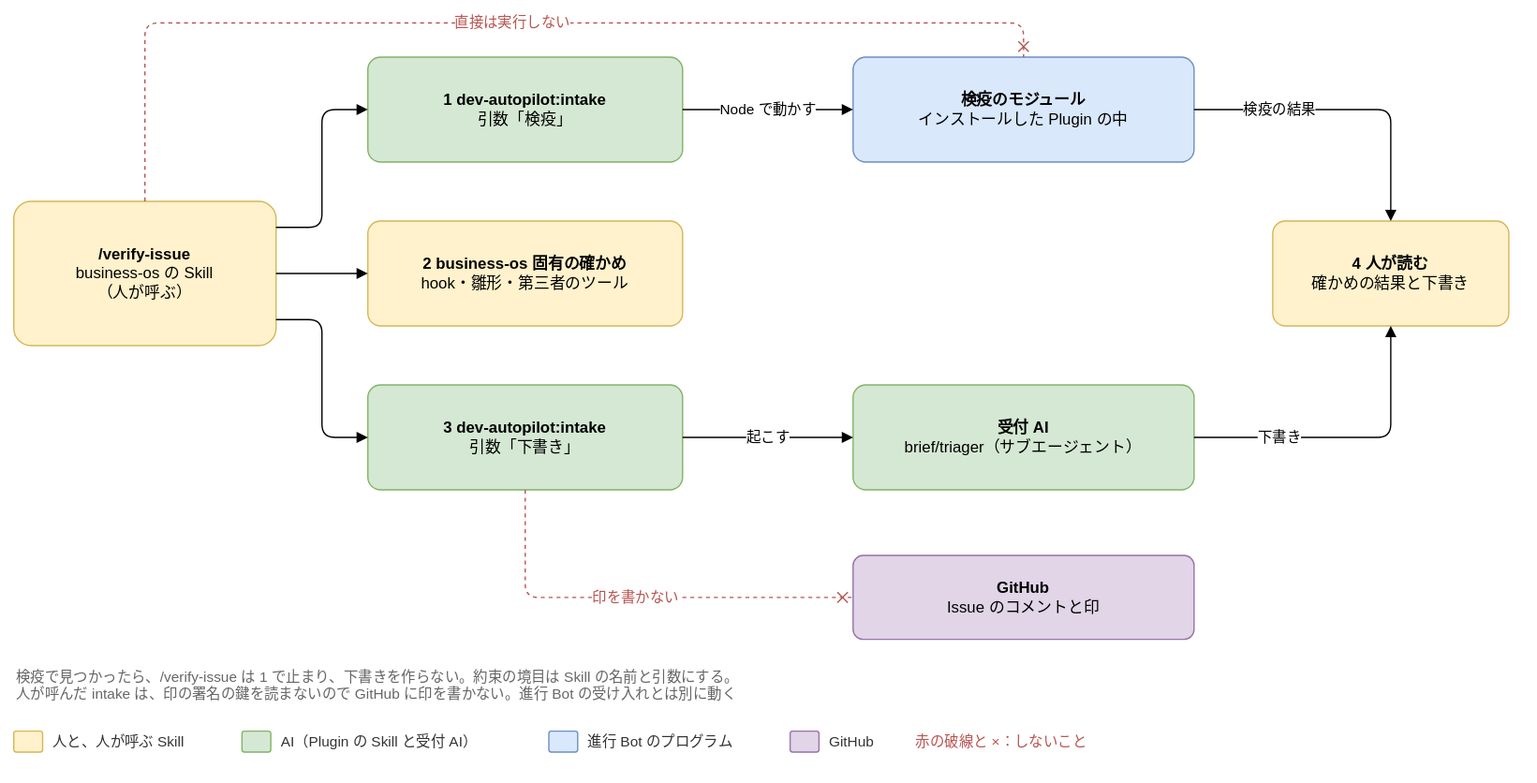
Joymerrevent/dev-autopilot keeps this draw.io diagram as docs/design/basic/diagrams/03-human-intake.drawio.svg. Above is the earlier version. Source tidied: cells renumbered, new cells last; positions are measured from the earlier drawing's top-left corner, leaving out a move shared by most shapes. Source of this version:
```xml
<mxGraphModel background="#ffffff">
  <root>
    <mxCell id="0" />
    <mxCell id="1" parent="0" />
    <mxCell id="2" value="&lt;b&gt;/verify-issue&lt;/b&gt;&lt;br&gt;business-os の Skill&lt;br&gt;（人が呼ぶ）" style="rounded=1;whiteSpace=wrap;html=1;fontSize=12;arcSize=12;spacing=12;fillColor=#fff2cc;strokeColor=#d6b656;" parent="1" vertex="1">
      <mxGeometry y="136" width="200" height="110" as="geometry" />
    </mxCell>
    <mxCell id="3" value="&lt;b&gt;1 dev-autopilot:intake&lt;/b&gt;&lt;br&gt;引数「検疫」" style="rounded=1;whiteSpace=wrap;html=1;fontSize=12;arcSize=12;spacing=12;fillColor=#d5e8d4;strokeColor=#82b366;" parent="1" vertex="1">
      <mxGeometry x="270" y="26" width="240" height="80" as="geometry" />
    </mxCell>
    <mxCell id="4" value="&lt;b&gt;2 business-os 固有の確かめ&lt;/b&gt;&lt;br&gt;hook・雛形・第三者のツール" style="rounded=1;whiteSpace=wrap;html=1;fontSize=12;arcSize=12;spacing=12;fillColor=#fff2cc;strokeColor=#d6b656;" parent="1" vertex="1">
      <mxGeometry x="270" y="151" width="240" height="80" as="geometry" />
    </mxCell>
    <mxCell id="5" value="&lt;b&gt;3 dev-autopilot:intake&lt;/b&gt;&lt;br&gt;引数「下書き」" style="rounded=1;whiteSpace=wrap;html=1;fontSize=12;arcSize=12;spacing=12;fillColor=#d5e8d4;strokeColor=#82b366;" parent="1" vertex="1">
      <mxGeometry x="270" y="276" width="240" height="80" as="geometry" />
    </mxCell>
    <mxCell id="6" value="&lt;b&gt;検疫のモジュール&lt;/b&gt;&lt;br&gt;インストールした Plugin の中" style="rounded=1;whiteSpace=wrap;html=1;fontSize=12;arcSize=12;spacing=12;fillColor=#dae8fc;strokeColor=#6c8ebf;" parent="1" vertex="1">
      <mxGeometry x="640" y="26" width="260" height="80" as="geometry" />
    </mxCell>
    <mxCell id="7" value="&lt;b&gt;受付 AI&lt;/b&gt;&lt;br&gt;brief/triager（サブエージェント）" style="rounded=1;whiteSpace=wrap;html=1;fontSize=12;arcSize=12;spacing=12;fillColor=#d5e8d4;strokeColor=#82b366;" parent="1" vertex="1">
      <mxGeometry x="640" y="276" width="260" height="80" as="geometry" />
    </mxCell>
    <mxCell id="8" value="&lt;b&gt;4 人が読む&lt;/b&gt;&lt;br&gt;確かめの結果と下書き" style="rounded=1;whiteSpace=wrap;html=1;fontSize=12;arcSize=12;spacing=12;fillColor=#fff2cc;strokeColor=#d6b656;" parent="1" vertex="1">
      <mxGeometry x="960" y="151" width="180" height="80" as="geometry" />
    </mxCell>
    <mxCell id="9" value="&lt;b&gt;GitHub&lt;/b&gt;&lt;br&gt;Issue のコメントと印" style="rounded=1;whiteSpace=wrap;html=1;fontSize=12;arcSize=12;spacing=12;fillColor=#e1d5e7;strokeColor=#9673a6;" parent="1" vertex="1">
      <mxGeometry x="640" y="406" width="260" height="64" as="geometry" />
    </mxCell>
    <mxCell id="10" style="edgeStyle=orthogonalEdgeStyle;rounded=1;html=1;endArrow=block;endFill=1;fontSize=11;labelBackgroundColor=#ffffff;exitX=1;exitY=0.18;exitDx=0;exitDy=0;entryX=0;entryY=0.5;entryDx=0;entryDy=0;" parent="1" edge="1" source="2" target="3">
      <mxGeometry relative="1" as="geometry" />
    </mxCell>
    <mxCell id="11" style="edgeStyle=orthogonalEdgeStyle;rounded=1;html=1;endArrow=block;endFill=1;fontSize=11;labelBackgroundColor=#ffffff;exitX=1;exitY=0.5;exitDx=0;exitDy=0;entryX=0;entryY=0.5;entryDx=0;entryDy=0;" parent="1" edge="1" source="2" target="4">
      <mxGeometry relative="1" as="geometry" />
    </mxCell>
    <mxCell id="12" style="edgeStyle=orthogonalEdgeStyle;rounded=1;html=1;endArrow=block;endFill=1;fontSize=11;labelBackgroundColor=#ffffff;exitX=1;exitY=0.82;exitDx=0;exitDy=0;entryX=0;entryY=0.5;entryDx=0;entryDy=0;" parent="1" edge="1" source="2" target="5">
      <mxGeometry relative="1" as="geometry" />
    </mxCell>
    <mxCell id="13" value="Node で動かす" style="edgeStyle=orthogonalEdgeStyle;rounded=1;html=1;endArrow=block;endFill=1;fontSize=11;labelBackgroundColor=#ffffff;exitX=1;exitY=0.5;exitDx=0;exitDy=0;entryX=0;entryY=0.5;entryDx=0;entryDy=0;" parent="1" edge="1" source="3" target="6">
      <mxGeometry relative="1" as="geometry" />
    </mxCell>
    <mxCell id="14" value="起こす" style="edgeStyle=orthogonalEdgeStyle;rounded=1;html=1;endArrow=block;endFill=1;fontSize=11;labelBackgroundColor=#ffffff;exitX=1;exitY=0.5;exitDx=0;exitDy=0;entryX=0;entryY=0.5;entryDx=0;entryDy=0;" parent="1" edge="1" source="5" target="7">
      <mxGeometry relative="1" as="geometry" />
    </mxCell>
    <mxCell id="15" value="検疫の結果" style="edgeStyle=orthogonalEdgeStyle;rounded=1;html=1;endArrow=block;endFill=1;fontSize=11;labelBackgroundColor=#ffffff;exitX=1;exitY=0.5;exitDx=0;exitDy=0;entryX=0.5;entryY=0;entryDx=0;entryDy=0;" parent="1" edge="1" source="6" target="8">
      <mxGeometry x="-0.45" relative="1" as="geometry" />
    </mxCell>
    <mxCell id="16" value="下書き" style="edgeStyle=orthogonalEdgeStyle;rounded=1;html=1;endArrow=block;endFill=1;fontSize=11;labelBackgroundColor=#ffffff;exitX=1;exitY=0.5;exitDx=0;exitDy=0;entryX=0.5;entryY=1;entryDx=0;entryDy=0;" parent="1" edge="1" source="7" target="8">
      <mxGeometry x="-0.45" relative="1" as="geometry" />
    </mxCell>
    <mxCell id="17" value="直接は実行しない" style="edgeStyle=orthogonalEdgeStyle;rounded=1;html=1;endArrow=block;endFill=1;fontSize=11;labelBackgroundColor=#ffffff;dashed=1;strokeColor=#b85450;fontColor=#b85450;endArrow=cross;endFill=0;exitX=0.5;exitY=0;exitDx=0;exitDy=0;entryX=0.5;entryY=0;entryDx=0;entryDy=0;" parent="1" edge="1" source="2" target="6">
      <mxGeometry relative="1" as="geometry">
        <Array as="points">
          <mxPoint x="100" />
          <mxPoint x="770" />
        </Array>
      </mxGeometry>
    </mxCell>
    <mxCell id="18" value="印を書かない" style="edgeStyle=orthogonalEdgeStyle;rounded=1;html=1;endArrow=block;endFill=1;fontSize=11;labelBackgroundColor=#ffffff;dashed=1;strokeColor=#b85450;fontColor=#b85450;endArrow=cross;endFill=0;exitX=0.5;exitY=1;exitDx=0;exitDy=0;entryX=0;entryY=0.5;entryDx=0;entryDy=0;" parent="1" edge="1" source="5" target="9">
      <mxGeometry relative="1" as="geometry">
        <Array as="points">
          <mxPoint x="390" y="438" />
        </Array>
      </mxGeometry>
    </mxCell>
    <mxCell id="19" value="検疫で見つかったら、/verify-issue は 1 で止まり、下書きを作らない。約束の境目は Skill の名前と引数にする。&lt;br&gt;人が呼んだ intake は、印の署名の鍵を読まないので GitHub に印を書かない。進行 Bot の受け入れとは別に動く" style="text;html=1;whiteSpace=wrap;align=left;verticalAlign=top;fontSize=11;fontColor=#666666;" parent="1" vertex="1">
      <mxGeometry y="486" width="1140" height="36" as="geometry" />
    </mxCell>
    <mxCell id="20" style="rounded=1;whiteSpace=wrap;html=1;fontSize=12;arcSize=12;spacing=12;fillColor=#fff2cc;strokeColor=#d6b656;" parent="1" vertex="1">
      <mxGeometry y="540" width="22" height="16" as="geometry" />
    </mxCell>
    <mxCell id="21" value="人と、人が呼ぶ Skill" style="text;html=1;align=left;verticalAlign=middle;fontSize=11;fontColor=#333333;" parent="1" vertex="1">
      <mxGeometry x="28" y="538" width="130" height="20" as="geometry" />
    </mxCell>
    <mxCell id="22" style="rounded=1;whiteSpace=wrap;html=1;fontSize=12;arcSize=12;spacing=12;fillColor=#d5e8d4;strokeColor=#82b366;" parent="1" vertex="1">
      <mxGeometry x="174" y="540" width="22" height="16" as="geometry" />
    </mxCell>
    <mxCell id="23" value="AI（Plugin の Skill と受付 AI）" style="text;html=1;align=left;verticalAlign=middle;fontSize=11;fontColor=#333333;" parent="1" vertex="1">
      <mxGeometry x="202" y="538" width="190" height="20" as="geometry" />
    </mxCell>
    <mxCell id="24" style="rounded=1;whiteSpace=wrap;html=1;fontSize=12;arcSize=12;spacing=12;fillColor=#dae8fc;strokeColor=#6c8ebf;" parent="1" vertex="1">
      <mxGeometry x="408" y="540" width="22" height="16" as="geometry" />
    </mxCell>
    <mxCell id="25" value="進行 Bot のプログラム" style="text;html=1;align=left;verticalAlign=middle;fontSize=11;fontColor=#333333;" parent="1" vertex="1">
      <mxGeometry x="436" y="538" width="140" height="20" as="geometry" />
    </mxCell>
    <mxCell id="26" style="rounded=1;whiteSpace=wrap;html=1;fontSize=12;arcSize=12;spacing=12;fillColor=#e1d5e7;strokeColor=#9673a6;" parent="1" vertex="1">
      <mxGeometry x="592" y="540" width="22" height="16" as="geometry" />
    </mxCell>
    <mxCell id="27" value="GitHub" style="text;html=1;align=left;verticalAlign=middle;fontSize=11;fontColor=#333333;" parent="1" vertex="1">
      <mxGeometry x="620" y="538" width="50" height="20" as="geometry" />
    </mxCell>
    <mxCell id="28" value="赤の破線と ×：しないこと" style="text;html=1;align=left;verticalAlign=middle;fontSize=11;fontColor=#333333;fontColor=#b85450;" parent="1" vertex="1">
      <mxGeometry x="686" y="538" width="200" height="20" as="geometry" />
    </mxCell>
  </root>
</mxGraphModel>
```
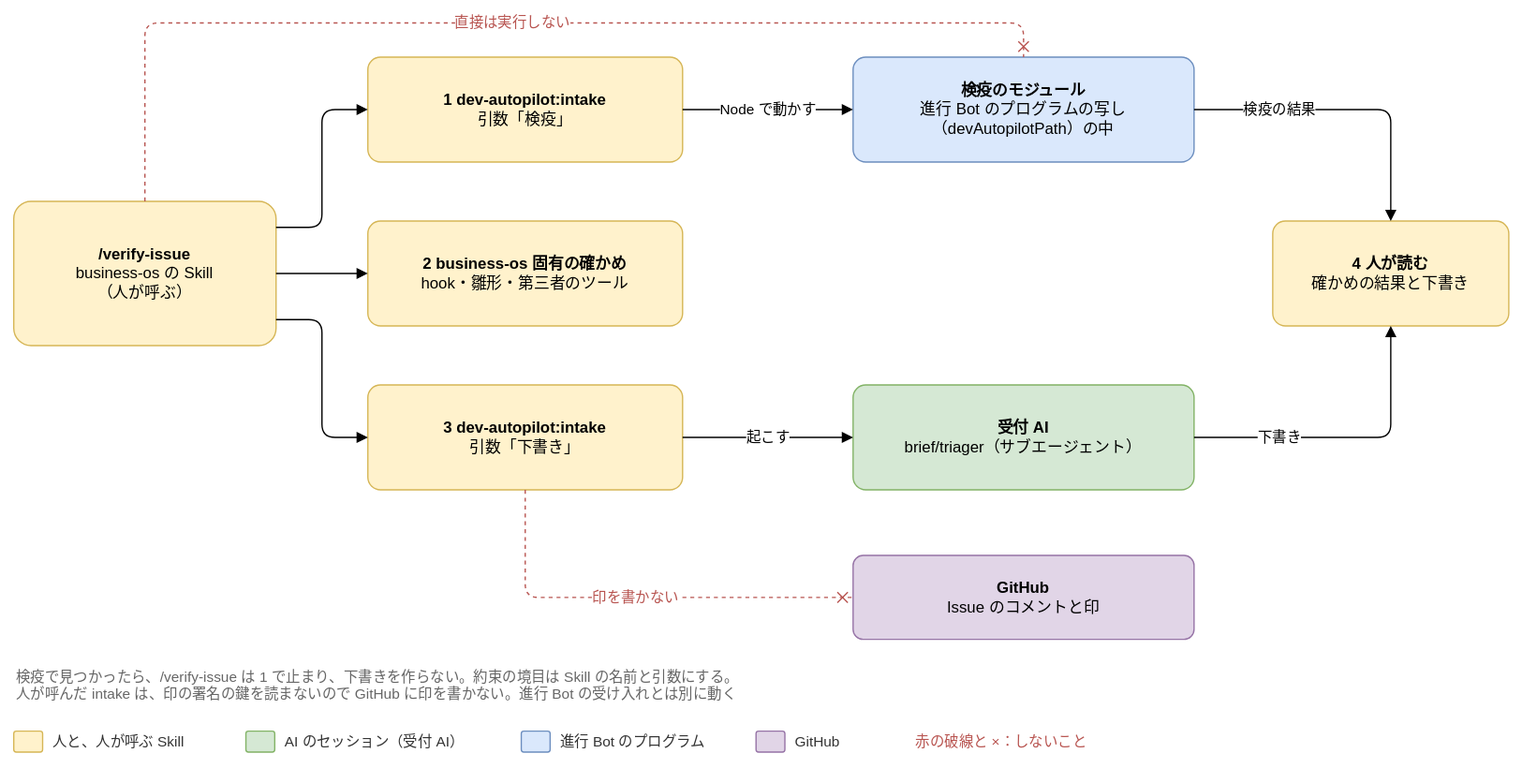
After the commit.

The edit, as a diff of the source:
```diff
@@ -5,16 +5,16 @@
     <mxCell id="2" value="&lt;b&gt;/verify-issue&lt;/b&gt;&lt;br&gt;business-os の Skill&lt;br&gt;（人が呼ぶ）" style="rounded=1;whiteSpace=wrap;html=1;fontSize=12;arcSize=12;spacing=12;fillColor=#fff2cc;strokeColor=#d6b656;" parent="1" vertex="1">
       <mxGeometry y="136" width="200" height="110" as="geometry" />
     </mxCell>
-    <mxCell id="3" value="&lt;b&gt;1 dev-autopilot:intake&lt;/b&gt;&lt;br&gt;引数「検疫」" style="rounded=1;whiteSpace=wrap;html=1;fontSize=12;arcSize=12;spacing=12;fillColor=#d5e8d4;strokeColor=#82b366;" parent="1" vertex="1">
+    <mxCell id="3" value="&lt;b&gt;1 dev-autopilot:intake&lt;/b&gt;&lt;br&gt;引数「検疫」" style="rounded=1;whiteSpace=wrap;html=1;fontSize=12;arcSize=12;spacing=12;fillColor=#fff2cc;strokeColor=#d6b656;" parent="1" vertex="1">
       <mxGeometry x="270" y="26" width="240" height="80" as="geometry" />
     </mxCell>
     <mxCell id="4" value="&lt;b&gt;2 business-os 固有の確かめ&lt;/b&gt;&lt;br&gt;hook・雛形・第三者のツール" style="rounded=1;whiteSpace=wrap;html=1;fontSize=12;arcSize=12;spacing=12;fillColor=#fff2cc;strokeColor=#d6b656;" parent="1" vertex="1">
       <mxGeometry x="270" y="151" width="240" height="80" as="geometry" />
     </mxCell>
-    <mxCell id="5" value="&lt;b&gt;3 dev-autopilot:intake&lt;/b&gt;&lt;br&gt;引数「下書き」" style="rounded=1;whiteSpace=wrap;html=1;fontSize=12;arcSize=12;spacing=12;fillColor=#d5e8d4;strokeColor=#82b366;" parent="1" vertex="1">
+    <mxCell id="5" value="&lt;b&gt;3 dev-autopilot:intake&lt;/b&gt;&lt;br&gt;引数「下書き」" style="rounded=1;whiteSpace=wrap;html=1;fontSize=12;arcSize=12;spacing=12;fillColor=#fff2cc;strokeColor=#d6b656;" parent="1" vertex="1">
       <mxGeometry x="270" y="276" width="240" height="80" as="geometry" />
     </mxCell>
-    <mxCell id="6" value="&lt;b&gt;検疫のモジュール&lt;/b&gt;&lt;br&gt;インストールした Plugin の中" style="rounded=1;whiteSpace=wrap;html=1;fontSize=12;arcSize=12;spacing=12;fillColor=#dae8fc;strokeColor=#6c8ebf;" parent="1" vertex="1">
+    <mxCell id="6" value="&lt;b&gt;検疫のモジュール&lt;/b&gt;&lt;br&gt;進行 Bot のプログラムの写し&lt;br&gt;（devAutopilotPath）の中" style="rounded=1;whiteSpace=wrap;html=1;fontSize=12;arcSize=12;spacing=12;fillColor=#dae8fc;strokeColor=#6c8ebf;" parent="1" vertex="1">
       <mxGeometry x="640" y="26" width="260" height="80" as="geometry" />
     </mxCell>
     <mxCell id="7" value="&lt;b&gt;受付 AI&lt;/b&gt;&lt;br&gt;brief/triager（サブエージェント）" style="rounded=1;whiteSpace=wrap;html=1;fontSize=12;arcSize=12;spacing=12;fillColor=#d5e8d4;strokeColor=#82b366;" parent="1" vertex="1">
@@ -65,32 +65,32 @@
     <mxCell id="19" value="検疫で見つかったら、/verify-issue は 1 で止まり、下書きを作らない。約束の境目は Skill の名前と引数にする。&lt;br&gt;人が呼んだ intake は、印の署名の鍵を読まないので GitHub に印を書かない。進行 Bot の受け入れとは別に動く" style="text;html=1;whiteSpace=wrap;align=left;verticalAlign=top;fontSize=11;fontColor=#666666;" parent="1" vertex="1">
       <mxGeometry y="486" width="1140" height="36" as="geometry" />
     </mxCell>
+    <mxCell id="28" value="赤の破線と ×：しないこと" style="text;html=1;align=left;verticalAlign=middle;fontSize=11;fontColor=#333333;fontColor=#b85450;" parent="1" vertex="1">
+      <mxGeometry x="686" y="538" width="200" height="20" as="geometry" />
+    </mxCell>
     <mxCell id="20" style="rounded=1;whiteSpace=wrap;html=1;fontSize=12;arcSize=12;spacing=12;fillColor=#fff2cc;strokeColor=#d6b656;" parent="1" vertex="1">
       <mxGeometry y="540" width="22" height="16" as="geometry" />
     </mxCell>
     <mxCell id="21" value="人と、人が呼ぶ Skill" style="text;html=1;align=left;verticalAlign=middle;fontSize=11;fontColor=#333333;" parent="1" vertex="1">
-      <mxGeometry x="28" y="538" width="130" height="20" as="geometry" />
+      <mxGeometry x="28" y="538" width="133" height="20" as="geometry" />
     </mxCell>
     <mxCell id="22" style="rounded=1;whiteSpace=wrap;html=1;fontSize=12;arcSize=12;spacing=12;fillColor=#d5e8d4;strokeColor=#82b366;" parent="1" vertex="1">
-      <mxGeometry x="174" y="540" width="22" height="16" as="geometry" />
+      <mxGeometry x="177" y="540" width="22" height="16" as="geometry" />
     </mxCell>
-    <mxCell id="23" value="AI（Plugin の Skill と受付 AI）" style="text;html=1;align=left;verticalAlign=middle;fontSize=11;fontColor=#333333;" parent="1" vertex="1">
-      <mxGeometry x="202" y="538" width="190" height="20" as="geometry" />
+    <mxCell id="23" value="AI のセッション（受付 AI）" style="text;html=1;align=left;verticalAlign=middle;fontSize=11;fontColor=#333333;" parent="1" vertex="1">
+      <mxGeometry x="205" y="538" width="166" height="20" as="geometry" />
     </mxCell>
     <mxCell id="24" style="rounded=1;whiteSpace=wrap;html=1;fontSize=12;arcSize=12;spacing=12;fillColor=#dae8fc;strokeColor=#6c8ebf;" parent="1" vertex="1">
-      <mxGeometry x="408" y="540" width="22" height="16" as="geometry" />
+      <mxGeometry x="387" y="540" width="22" height="16" as="geometry" />
     </mxCell>
     <mxCell id="25" value="進行 Bot のプログラム" style="text;html=1;align=left;verticalAlign=middle;fontSize=11;fontColor=#333333;" parent="1" vertex="1">
-      <mxGeometry x="436" y="538" width="140" height="20" as="geometry" />
+      <mxGeometry x="415" y="538" width="135" height="20" as="geometry" />
     </mxCell>
     <mxCell id="26" style="rounded=1;whiteSpace=wrap;html=1;fontSize=12;arcSize=12;spacing=12;fillColor=#e1d5e7;strokeColor=#9673a6;" parent="1" vertex="1">
-      <mxGeometry x="592" y="540" width="22" height="16" as="geometry" />
+      <mxGeometry x="566" y="540" width="22" height="16" as="geometry" />
     </mxCell>
     <mxCell id="27" value="GitHub" style="text;html=1;align=left;verticalAlign=middle;fontSize=11;fontColor=#333333;" parent="1" vertex="1">
-      <mxGeometry x="620" y="538" width="50" height="20" as="geometry" />
+      <mxGeometry x="594" y="538" width="52" height="20" as="geometry" />
     </mxCell>
-    <mxCell id="28" value="赤の破線と ×：しないこと" style="text;html=1;align=left;verticalAlign=middle;fontSize=11;fontColor=#333333;fontColor=#b85450;" parent="1" vertex="1">
-      <mxGeometry x="686" y="538" width="200" height="20" as="geometry" />
-    </mxCell>
   </root>
 </mxGraphModel>
```
